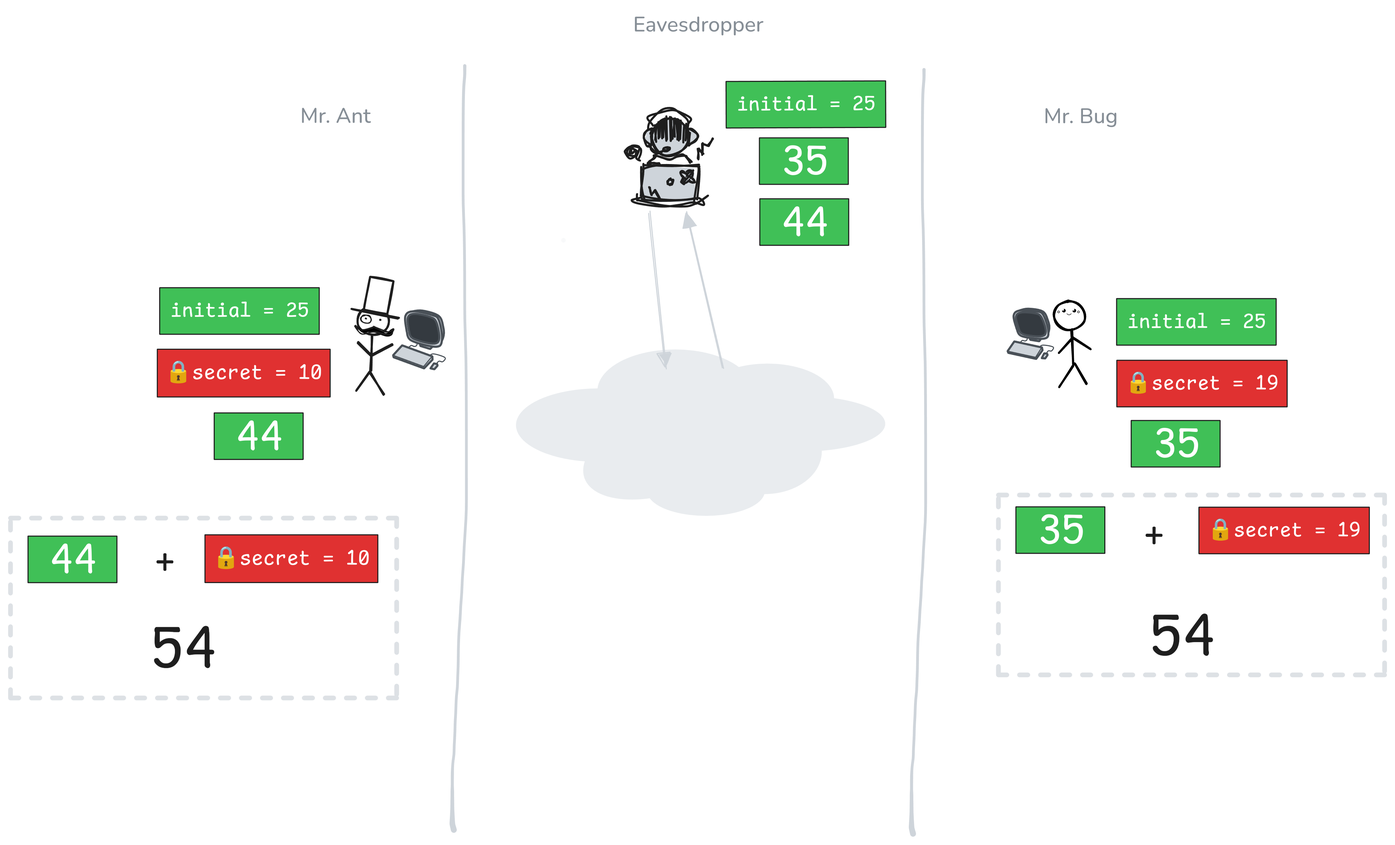
Before: 7-diffie-merkle-hellman/flaw-step-4.png, a diagram exported from Excalidraw (Cryptography-for-Devs/Cryptography-for-Devs.github.io). Source tidied: one line per element, renumbered; positions are measured from the earlier drawing's top-left corner, leaving out a move shared by most shapes.
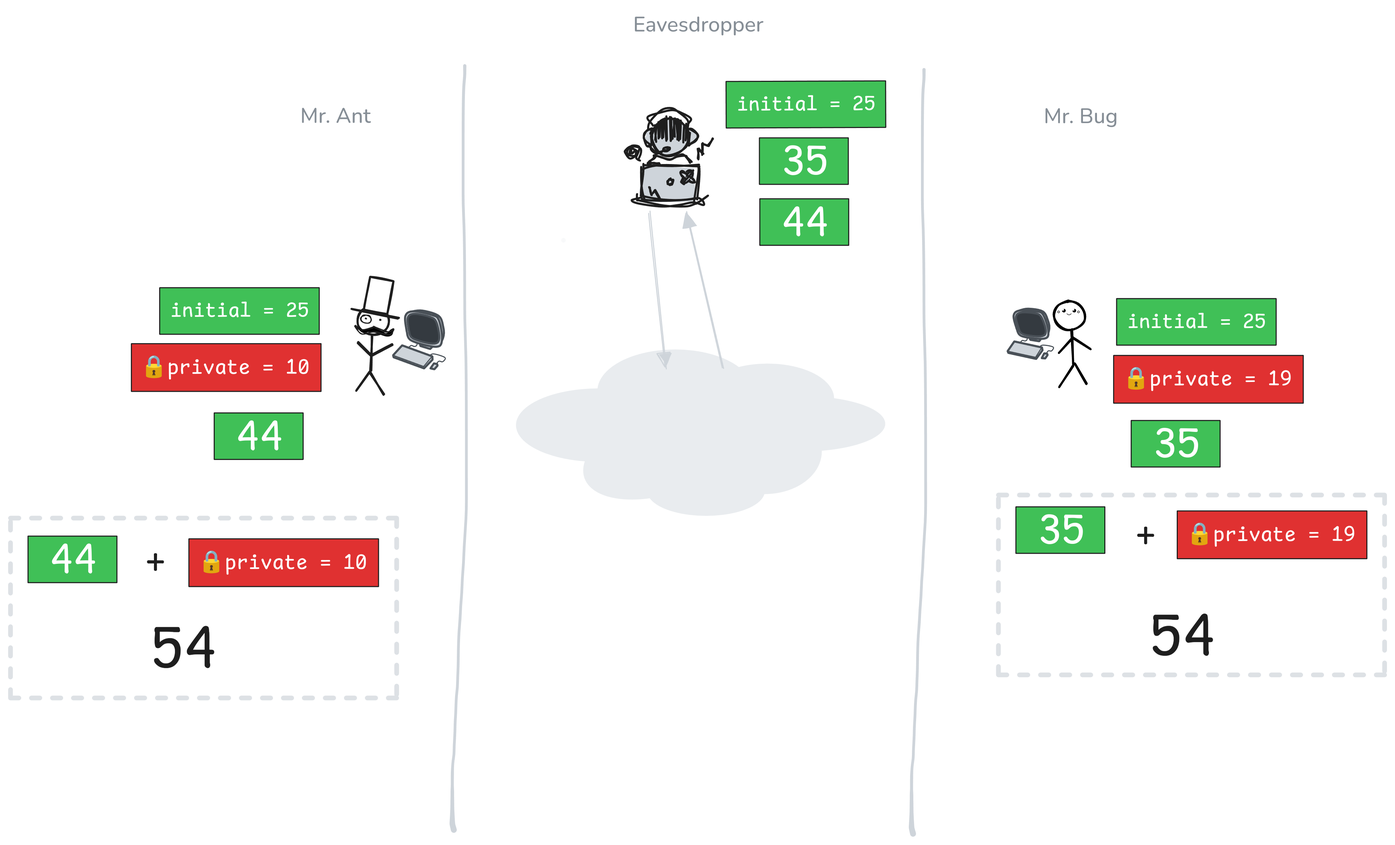
The same file after the commit.

Commit message:
DH secret number to private number

The edit, as a diff of the source:
```diff
@@ -103,14 +103,6 @@
 {"id": 102, "type": "text", "text": "44", "strokeColor": "#ffffff", "backgroundColor": "#40c057", "fillStyle": "solid", "strokeWidth": 1, "roughness": 0, "fontSize": 40.85, "fontFamily": 8, "textAlign": "center", "x": 215, "y": 383, "width": 45, "height": 51}
 {"id": 103, "type": "rectangle", "strokeColor": "#1e1e1e", "backgroundColor": "#40c057", "fillStyle": "solid", "strokeWidth": 1, "roughness": 0, "x": 17, "y": 501, "width": 85, "height": 44}
 {"id": 104, "type": "text", "text": "44", "strokeColor": "#ffffff", "backgroundColor": "#40c057", "fillStyle": "solid", "strokeWidth": 1, "roughness": 0, "fontSize": 40.85, "fontFamily": 8, "textAlign": "center", "x": 37, "y": 500, "width": 45, "height": 51}
-{"id": 105, "type": "rectangle", "strokeColor": "#1e1e1e", "backgroundColor": "#e03131", "fillStyle": "solid", "strokeWidth": 1, "roughness": 0, "x": 140, "y": 323, "width": 165, "height": 46}
-{"id": 106, "type": "text", "text": "🔒secret = 10", "strokeColor": "#ffffff", "backgroundColor": "#e03131", "fillStyle": "solid", "strokeWidth": 1, "roughness": 0, "fontSize": 20.52, "fontFamily": 8, "textAlign": "center", "x": 147, "y": 333, "width": 150, "height": 26}
-{"id": 107, "type": "rectangle", "strokeColor": "#1e1e1e", "backgroundColor": "#e03131", "fillStyle": "solid", "strokeWidth": 1, "roughness": 0, "x": 185, "y": 500, "width": 165, "height": 46}
-{"id": 108, "type": "text", "text": "🔒secret = 10", "strokeColor": "#ffffff", "backgroundColor": "#e03131", "fillStyle": "solid", "strokeWidth": 1, "roughness": 0, "fontSize": 20.52, "fontFamily": 8, "textAlign": "center", "x": 193, "y": 510, "width": 150, "height": 26}
-{"id": 109, "type": "rectangle", "strokeColor": "#1e1e1e", "backgroundColor": "#e03131", "fillStyle": "solid", "strokeWidth": 1, "roughness": 0, "x": 1054, "y": 333, "width": 162, "height": 44}
-{"id": 110, "type": "text", "text": "🔒secret = 19", "strokeColor": "#ffffff", "backgroundColor": "#e03131", "fillStyle": "solid", "strokeWidth": 1, "roughness": 0, "fontSize": 20, "fontFamily": 8, "textAlign": "center", "x": 1062, "y": 343, "width": 146, "height": 25}
-{"id": 111, "type": "rectangle", "strokeColor": "#1e1e1e", "backgroundColor": "#e03131", "fillStyle": "solid", "strokeWidth": 1, "roughness": 0, "x": 1133, "y": 473, "width": 162, "height": 44}
-{"id": 112, "type": "text", "text": "🔒secret = 19", "strokeColor": "#ffffff", "backgroundColor": "#e03131", "fillStyle": "solid", "strokeWidth": 1, "roughness": 0, "fontSize": 20, "fontFamily": 8, "textAlign": "center", "x": 1140, "y": 483, "width": 146, "height": 25}
 {"id": 113, "type": "rectangle", "strokeColor": "#1e1e1e", "backgroundColor": "#40c057", "fillStyle": "solid", "strokeWidth": 1, "roughness": 0, "x": 1054, "y": 275, "width": 152, "height": 44}
 {"id": 114, "type": "text", "text": "initial = 25", "strokeColor": "#ffffff", "backgroundColor": "#40c057", "fillStyle": "solid", "strokeWidth": 1, "roughness": 0, "fontSize": 20, "fontFamily": 8, "textAlign": "center", "x": 1064, "y": 285, "width": 133, "height": 25}
 {"id": 115, "type": "rectangle", "strokeColor": "#1e1e1e", "angle": 6.28, "backgroundColor": "#40c057", "fillStyle": "solid", "strokeWidth": 1, "roughness": 0, "x": 682, "y": 67, "width": 152, "height": 44}
@@ -120,7 +112,15 @@
 {"id": 119, "type": "text", "text": "Mr. Bug", "strokeColor": "#868e96", "backgroundColor": "#e03131", "fillStyle": "solid", "strokeWidth": 1, "strokeStyle": "dashed", "roughness": 0, "fontSize": 20, "fontFamily": 6, "x": 985, "y": 87, "width": 71, "height": 27}
 {"id": 120, "type": "rectangle", "strokeColor": "#ced4da", "strokeWidth": 4, "strokeStyle": "dashed", "roughness": 0, "opacity": 70, "x": 0, "y": 484, "width": 368, "height": 171}
 {"id": 121, "type": "rectangle", "strokeColor": "#ced4da", "strokeWidth": 4, "strokeStyle": "dashed", "roughness": 0, "opacity": 70, "x": 941, "y": 462, "width": 368, "height": 171}
-{"id": 122, "type": "text", "text": "+", "strokeColor": "#1e1e1e", "strokeWidth": 4, "strokeStyle": "dashed", "roughness": 0, "fontSize": 36, "fontFamily": 8, "x": 137, "y": 504, "width": 20, "height": 45}
+{"id": 122, "type": "text", "text": "+", "strokeColor": "#1e1e1e", "strokeWidth": 4, "strokeStyle": "dashed", "roughness": 0, "fontSize": 36, "fontFamily": 8, "x": 128, "y": 504, "width": 20, "height": 45}
-{"id": 123, "type": "text", "text": "+", "strokeColor": "#1e1e1e", "strokeWidth": 4, "strokeStyle": "dashed", "roughness": 0, "fontSize": 36, "fontFamily": 8, "x": 1080, "y": 479, "width": 20, "height": 45}
+{"id": 123, "type": "text", "text": "+", "strokeColor": "#1e1e1e", "strokeWidth": 4, "strokeStyle": "dashed", "roughness": 0, "fontSize": 36, "fontFamily": 8, "x": 1072, "y": 479, "width": 20, "height": 45}
 {"id": 124, "type": "text", "text": "54", "strokeColor": "#1e1e1e", "strokeWidth": 4, "strokeStyle": "dashed", "roughness": 0, "fontSize": 57.18, "fontFamily": 8, "x": 133, "y": 576, "width": 65, "height": 71}
 {"id": 125, "type": "text", "text": "54", "strokeColor": "#1e1e1e", "strokeWidth": 4, "strokeStyle": "dashed", "roughness": 0, "fontSize": 57.18, "fontFamily": 8, "x": 1085, "y": 564, "width": 65, "height": 71}
+{"id": 126, "type": "rectangle", "strokeColor": "#1e1e1e", "backgroundColor": "#e03131", "fillStyle": "solid", "strokeWidth": 1, "roughness": 0, "x": 115, "y": 318, "width": 181, "height": 46}
+{"id": 127, "type": "text", "text": "🔒private = 10", "strokeColor": "#ffffff", "backgroundColor": "#e03131", "fillStyle": "solid", "strokeWidth": 1, "roughness": 0, "fontSize": 20.52, "fontFamily": 8, "textAlign": "center", "x": 124, "y": 328, "width": 161, "height": 26}
+{"id": 128, "type": "rectangle", "strokeColor": "#1e1e1e", "backgroundColor": "#e03131", "fillStyle": "solid", "strokeWidth": 1, "roughness": 0, "x": 170, "y": 504, "width": 181, "height": 46}
+{"id": 129, "type": "text", "text": "🔒private = 10", "strokeColor": "#ffffff", "backgroundColor": "#e03131", "fillStyle": "solid", "strokeWidth": 1, "roughness": 0, "fontSize": 20.52, "fontFamily": 8, "textAlign": "center", "x": 179, "y": 514, "width": 161, "height": 26}
+{"id": 130, "type": "rectangle", "strokeColor": "#1e1e1e", "backgroundColor": "#e03131", "fillStyle": "solid", "strokeWidth": 1, "roughness": 0, "x": 1051, "y": 329, "width": 181, "height": 46}
+{"id": 131, "type": "text", "text": "🔒private = 19", "strokeColor": "#ffffff", "backgroundColor": "#e03131", "fillStyle": "solid", "strokeWidth": 1, "roughness": 0, "fontSize": 20.52, "fontFamily": 8, "textAlign": "center", "x": 1060, "y": 339, "width": 161, "height": 26}
+{"id": 132, "type": "rectangle", "strokeColor": "#1e1e1e", "backgroundColor": "#e03131", "fillStyle": "solid", "strokeWidth": 1, "roughness": 0, "x": 1112, "y": 477, "width": 181, "height": 46}
+{"id": 133, "type": "text", "text": "🔒private = 19", "strokeColor": "#ffffff", "backgroundColor": "#e03131", "fillStyle": "solid", "strokeWidth": 1, "roughness": 0, "fontSize": 20.52, "fontFamily": 8, "textAlign": "center", "x": 1120, "y": 487, "width": 161, "height": 26}
```
